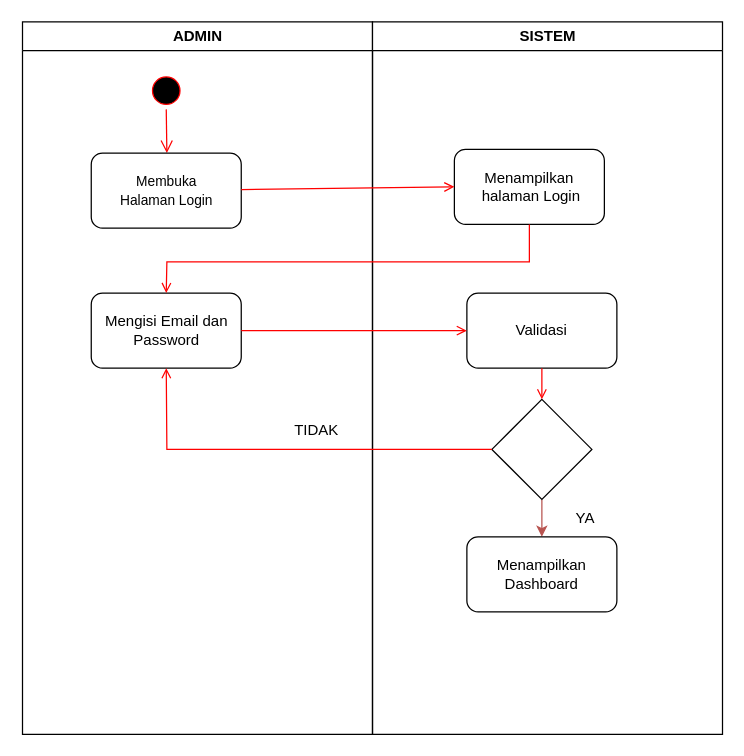
Earlier version of the draw.io diagram page "Login" (1 of 8) of Untitled Diagram.drawio (pacong12/kp). Source tidied: cells renumbered, new cells numbered last; positions are measured from the earlier drawing's top-left corner, leaving out a move shared by most shapes. Both pictures are drawn from the tidied source at 125%, with x=0, y=0 at pixel (21, 21).
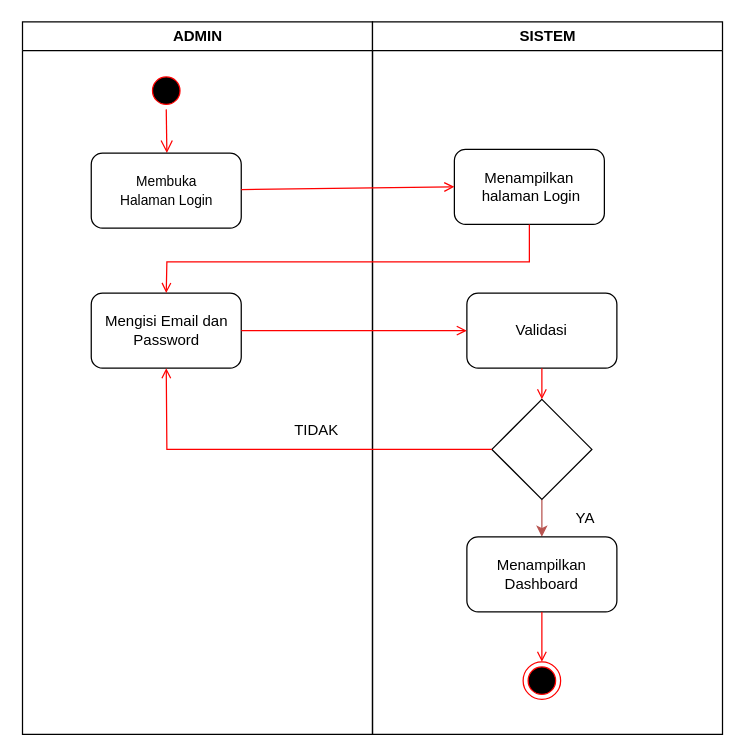
Above is the later version.

The change refers to these unchanged cells:
```xml
<mxCell id="8" value="SISTEM" style="swimlane;whiteSpace=wrap;" parent="1" vertex="1">
  <mxGeometry x="280.5" width="280" height="570" as="geometry" />
</mxCell>
<mxCell id="14" value="Menampilkan Dashboard" style="rounded=1;whiteSpace=wrap;html=1;" parent="8" vertex="1">
  <mxGeometry x="75.5" y="412" width="120" height="60" as="geometry" />
</mxCell>
```

Diff of the diagram source:
```diff
@@
+    <mxCell id="20" style="ellipse;html=1;shape=endState;fillColor=#000000;strokeColor=#ff0000;" parent="8" vertex="1">
+      <mxGeometry x="120.5" y="512" width="30" height="30" as="geometry" />
+    </mxCell>
+    <mxCell id="21" style="endArrow=open;strokeColor=#FF0000;endFill=1;rounded=0;exitX=0.5;exitY=1;exitDx=0;exitDy=0;entryX=0.5;entryY=0;entryDx=0;entryDy=0;" parent="8" edge="1" source="14" target="20">
+      <mxGeometry relative="1" as="geometry" />
+    </mxCell>
```
